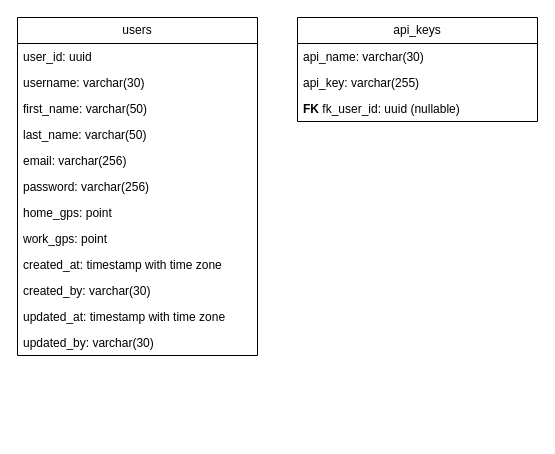
The draw.io diagram db/data-model.drawio in hgorges/Daily-Dash, before the edit. Source tidied: cells renumbered, new cells numbered last; positions are measured from the earlier drawing's top-left corner, leaving out a move shared by most shapes. Both pictures are drawn from the tidied source at 100%, with x=0, y=0 at pixel (17, 17).
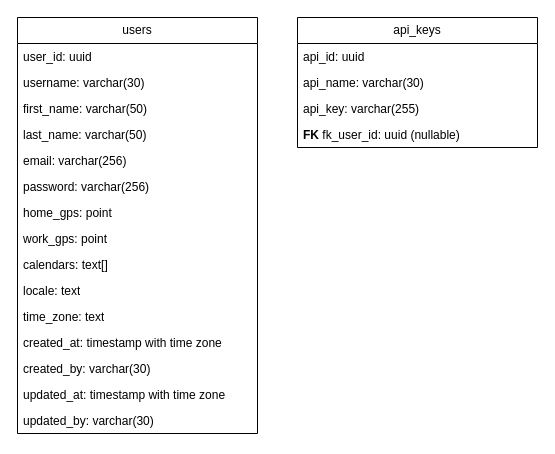
After the change.

What changed in the source:
```diff
@@
     <mxCell id="2" value="users" style="swimlane;fontStyle=0;horizontal=1;startSize=26;fillColor=none;whiteSpace=wrap;html=1;" parent="1" vertex="1">
-      <mxGeometry width="240" height="338" as="geometry" />
+      <mxGeometry width="240" height="416" as="geometry" />
     </mxCell>
@@
+    <mxCell id="19" value="calendars: text[]" style="text;strokeColor=none;fillColor=none;align=left;verticalAlign=top;spacingLeft=4;spacingRight=4;overflow=hidden;whiteSpace=wrap;html=1;" parent="2" vertex="1">
+      <mxGeometry y="234" width="240" height="26" as="geometry" />
+    </mxCell>
+    <mxCell id="20" value="locale: text" style="text;strokeColor=none;fillColor=none;align=left;verticalAlign=top;spacingLeft=4;spacingRight=4;overflow=hidden;whiteSpace=wrap;html=1;" parent="2" vertex="1">
+      <mxGeometry y="260" width="240" height="26" as="geometry" />
+    </mxCell>
+    <mxCell id="21" value="time_zone: text" style="text;strokeColor=none;fillColor=none;align=left;verticalAlign=top;spacingLeft=4;spacingRight=4;overflow=hidden;whiteSpace=wrap;html=1;" parent="2" vertex="1">
+      <mxGeometry y="286" width="240" height="26" as="geometry" />
+    </mxCell>
     <mxCell id="11" value="created_at: timestamp with time zone" style="text;strokeColor=none;fillColor=none;align=left;verticalAlign=top;spacingLeft=4;spacingRight=4;overflow=hidden;whiteSpace=wrap;html=1;" parent="2" vertex="1">
-      <mxGeometry y="234" width="240" height="26" as="geometry" />
+      <mxGeometry y="312" width="240" height="26" as="geometry" />
     </mxCell>
     <mxCell id="12" value="created_by: varchar(30)" style="text;strokeColor=none;fillColor=none;align=left;verticalAlign=top;spacingLeft=4;spacingRight=4;overflow=hidden;whiteSpace=wrap;html=1;" parent="2" vertex="1">
-      <mxGeometry y="260" width="240" height="26" as="geometry" />
+      <mxGeometry y="338" width="240" height="26" as="geometry" />
     </mxCell>
     <mxCell id="13" value="updated_at: timestamp with time zone" style="text;strokeColor=none;fillColor=none;align=left;verticalAlign=top;spacingLeft=4;spacingRight=4;overflow=hidden;whiteSpace=wrap;html=1;" parent="2" vertex="1">
-      <mxGeometry y="286" width="240" height="26" as="geometry" />
+      <mxGeometry y="364" width="240" height="26" as="geometry" />
     </mxCell>
     <mxCell id="14" value="updated_by: varchar(30)" style="text;strokeColor=none;fillColor=none;align=left;verticalAlign=top;spacingLeft=4;spacingRight=4;overflow=hidden;whiteSpace=wrap;html=1;" parent="2" vertex="1">
-      <mxGeometry y="312" width="240" height="26" as="geometry" />
+      <mxGeometry y="390" width="240" height="26" as="geometry" />
     </mxCell>
     <mxCell id="15" value="api_keys" style="swimlane;fontStyle=0;horizontal=1;startSize=26;fillColor=none;whiteSpace=wrap;html=1;" parent="1" vertex="1">
-      <mxGeometry x="280" width="240" height="104" as="geometry" />
+      <mxGeometry x="280" width="240" height="130" as="geometry" />
     </mxCell>
+    <mxCell id="22" value="api_id: uuid" style="text;strokeColor=none;fillColor=none;align=left;verticalAlign=top;spacingLeft=4;spacingRight=4;overflow=hidden;whiteSpace=wrap;html=1;" parent="15" vertex="1">
+      <mxGeometry y="26" width="240" height="26" as="geometry" />
+    </mxCell>
     <mxCell id="16" value="api_name:&amp;nbsp;varchar(30)" style="text;strokeColor=none;fillColor=none;align=left;verticalAlign=top;spacingLeft=4;spacingRight=4;overflow=hidden;whiteSpace=wrap;html=1;" parent="15" vertex="1">
-      <mxGeometry y="26" width="240" height="26" as="geometry" />
+      <mxGeometry y="52" width="240" height="26" as="geometry" />
     </mxCell>
     <mxCell id="17" value="api_key: varchar(255)" style="text;strokeColor=none;fillColor=none;align=left;verticalAlign=top;spacingLeft=4;spacingRight=4;overflow=hidden;whiteSpace=wrap;html=1;" parent="15" vertex="1">
-      <mxGeometry y="52" width="240" height="26" as="geometry" />
+      <mxGeometry y="78" width="240" height="26" as="geometry" />
     </mxCell>
     <mxCell id="18" value="&lt;b&gt;FK&lt;/b&gt;&amp;nbsp;fk_user_id: uuid (nullable)" style="text;strokeColor=none;fillColor=none;align=left;verticalAlign=top;spacingLeft=4;spacingRight=4;overflow=hidden;whiteSpace=wrap;html=1;" parent="15" vertex="1">
-      <mxGeometry y="78" width="240" height="26" as="geometry" />
+      <mxGeometry y="104" width="240" height="26" as="geometry" />
     </mxCell>
```
